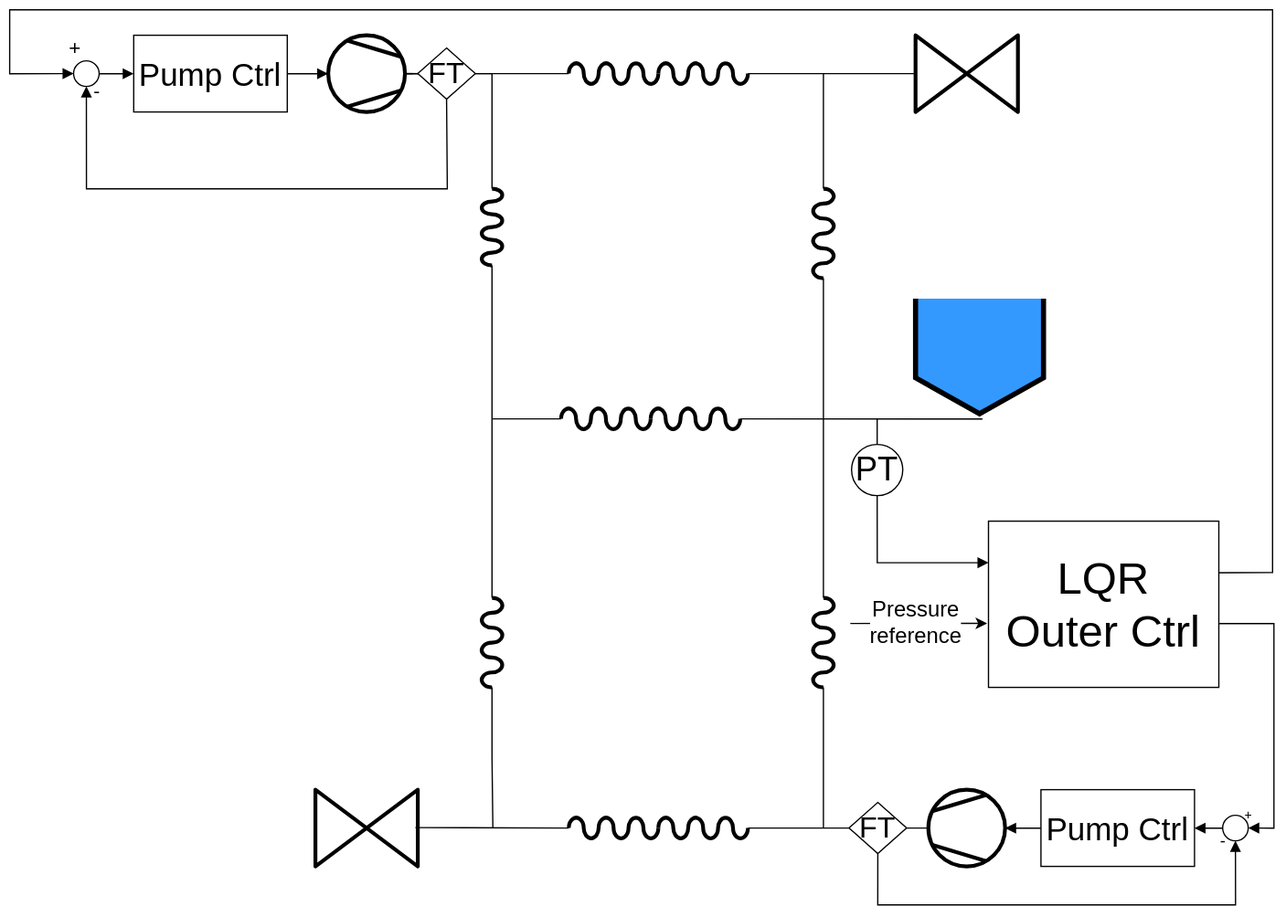
Above: Poster/WDNmodel_w_ctrl.svg in CA7Gang/CA7_Writings_SciPaper (draw.io), before the change. Source tidied: cells renumbered, new cells last; positions are measured from the earlier drawing's top-left corner, leaving out a move shared by most shapes.
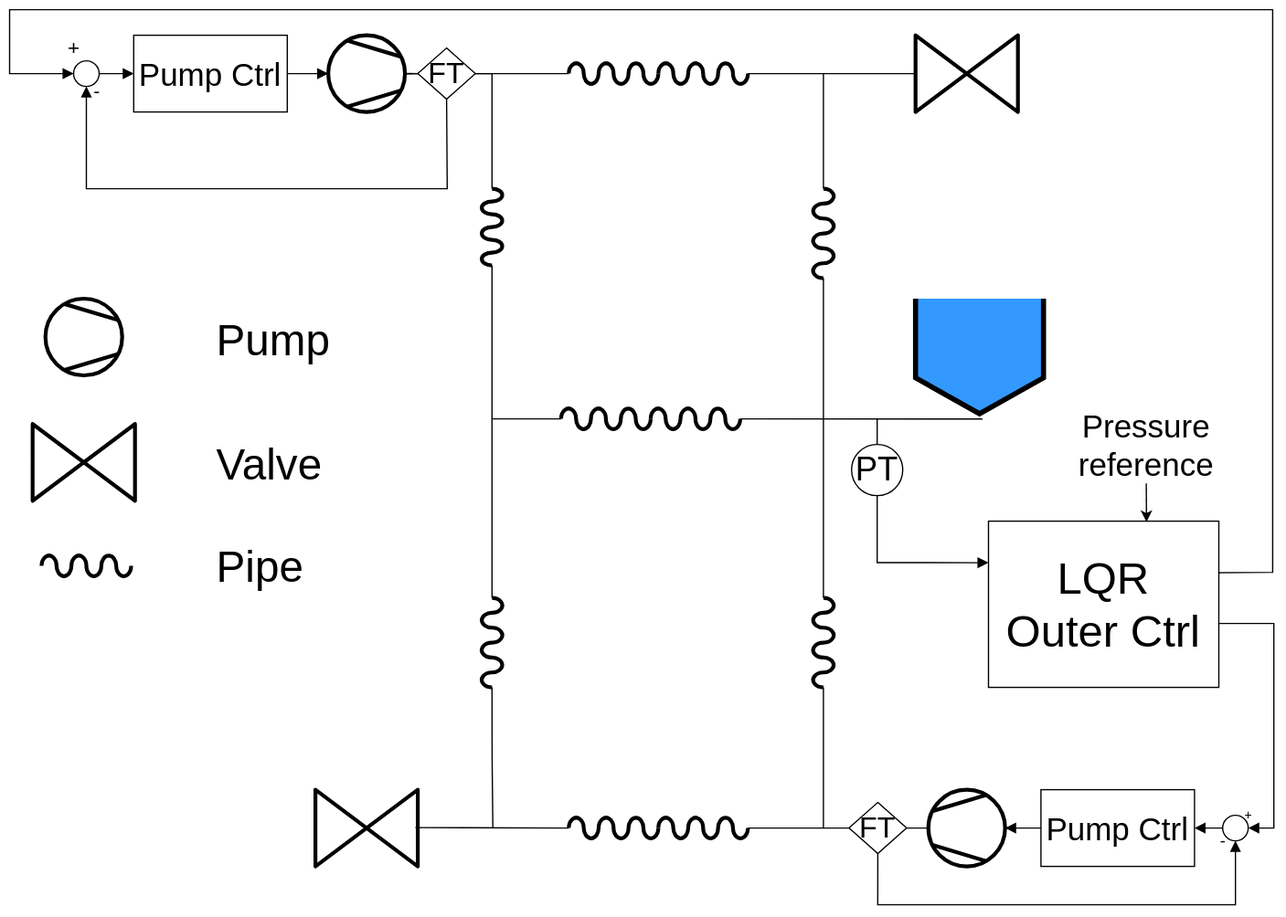
The same file after the commit.

Commit message:
Add labels to valve, pump, and pipe, and change pressure reference

What changed in the source:
```diff
@@ -193,10 +193,28 @@
         <mxPoint x="377" y="320" as="sourcePoint" />
       </mxGeometry>
     </mxCell>
-    <mxCell id="49" value="&lt;font style=&quot;font-size: 17px&quot;&gt;Pressure&lt;br&gt;reference&lt;/font&gt;" style="endArrow=classic;html=1;rounded=0;entryX=-0.006;entryY=0.615;entryDx=0;entryDy=0;entryPerimeter=0;" parent="1" edge="1" target="30">
-      <mxGeometry x="-0.06" relative="1" as="geometry">
-        <mxPoint x="657" y="480" as="sourcePoint" />
+    <mxCell id="49" value="&lt;font style=&quot;font-size: 25px&quot;&gt;Pressure&lt;br&gt;reference&lt;/font&gt;" style="endArrow=classic;html=1;rounded=0;entryX=0.686;entryY=0.005;entryDx=0;entryDy=0;entryPerimeter=0;" parent="1" edge="1" target="30">
+      <mxGeometry x="-0.5" relative="1" as="geometry">
+        <mxPoint x="888" y="320" as="sourcePoint" />
       </mxGeometry>
     </mxCell>
+    <mxCell id="50" style="shape=mxgraph.pid.compressors_-_iso.compressor,_vacuum_pump;html=1;align=center;verticalLabelPosition=bottom;verticalAlign=top;dashed=0;direction=east;strokeWidth=3;" parent="1" vertex="1">
+      <mxGeometry x="28" y="226" width="60" height="60" as="geometry" />
+    </mxCell>
+    <mxCell id="51" style="verticalLabelPosition=bottom;align=center;html=1;verticalAlign=top;dashed=0;shape=mxgraph.pid2valves.valve;valveType=gate;strokeWidth=3;" parent="1" vertex="1">
+      <mxGeometry x="18" y="324" width="80" height="60" as="geometry" />
+    </mxCell>
+    <mxCell id="52" style="verticalLabelPosition=bottom;align=center;dashed=0;html=1;verticalAlign=top;shape=mxgraph.pid.misc.flexible_pipe;strokeWidth=3;fillColor=#3399FF;direction=west;" parent="1" vertex="1">
+      <mxGeometry x="25" y="427" width="70" height="16" as="geometry" />
+    </mxCell>
+    <mxCell id="53" value="&lt;h1&gt;&lt;span style=&quot;font-weight: normal&quot;&gt;Valve&lt;/span&gt;&lt;/h1&gt;" style="text;html=1;strokeColor=none;fillColor=none;spacing=5;spacingTop=-20;whiteSpace=wrap;overflow=hidden;rounded=0;fontSize=17;fontStyle=0;" parent="1" vertex="1">
+      <mxGeometry x="157" y="323" width="190" height="57" as="geometry" />
+    </mxCell>
+    <mxCell id="54" value="&lt;h1&gt;&lt;span style=&quot;font-weight: normal&quot;&gt;Pump&lt;/span&gt;&lt;/h1&gt;" style="text;html=1;strokeColor=none;fillColor=none;spacing=5;spacingTop=-20;whiteSpace=wrap;overflow=hidden;rounded=0;fontSize=17;fontStyle=0;" parent="1" vertex="1">
+      <mxGeometry x="157" y="226" width="190" height="57" as="geometry" />
+    </mxCell>
+    <mxCell id="55" value="&lt;h1&gt;&lt;span style=&quot;font-weight: normal&quot;&gt;Pipe&lt;/span&gt;&lt;/h1&gt;" style="text;html=1;strokeColor=none;fillColor=none;spacing=5;spacingTop=-20;whiteSpace=wrap;overflow=hidden;rounded=0;fontSize=17;fontStyle=0;" parent="1" vertex="1">
+      <mxGeometry x="157" y="403" width="190" height="57" as="geometry" />
+    </mxCell>
   </root>
 </mxGraphModel>
```
